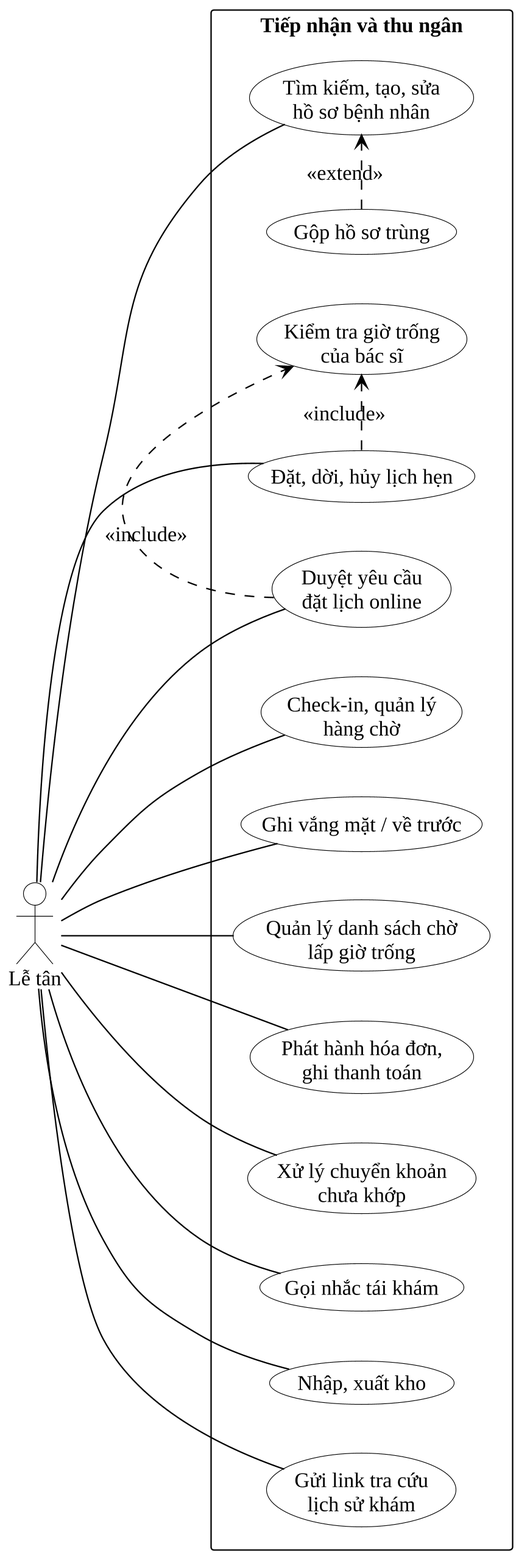
Before: docs/10_Thesis/bao-cao/hinh/2-3-use-case-le-tan.png, a diagram exported from PlantUML (Trantuan0310/dental-clinic-nestjs-react).
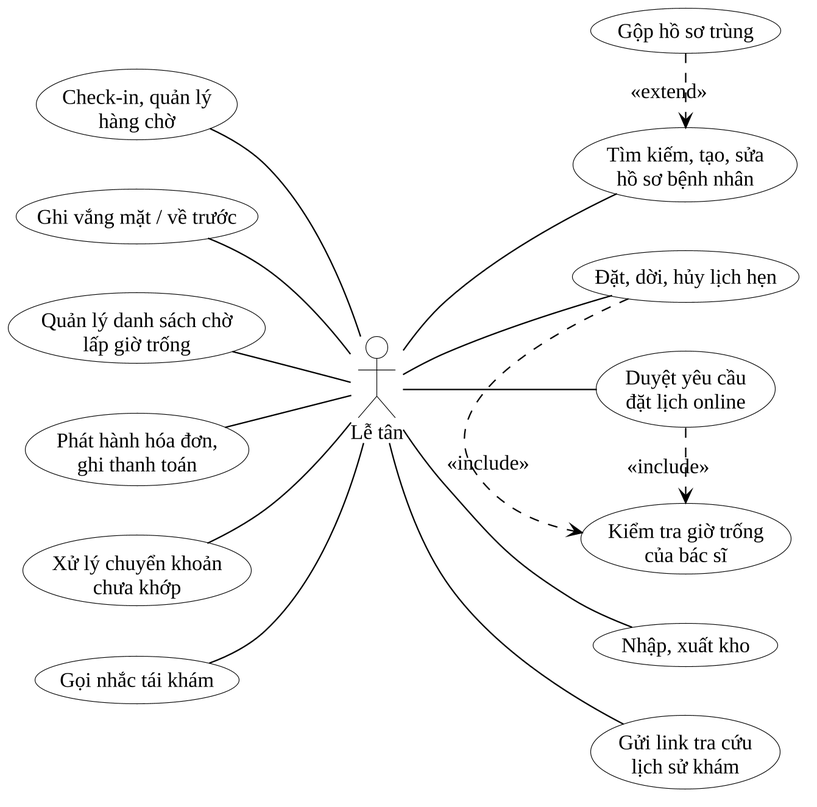
The same diagram one commit later.

Commit message:
docs(báo cáo): hệ đào tạo trên bìa; biểu đồ use case gọn hai bên tác nhân

The edit, as a diff of the source:
```diff
@@ -1,34 +1,32 @@
 @startuml
-!include _kieu.iuml
+!include /home/user/dental-clinic-nestjs-react/docs/10_Thesis/bao-cao/so-do/_kieu.iuml
 left to right direction
 actor "Lễ tân" as LT
-rectangle "Tiếp nhận và thu ngân" {
-  usecase "Tìm kiếm, tạo, sửa\nhồ sơ bệnh nhân" as a
-  usecase "Gộp hồ sơ trùng" as g
-  usecase "Đặt, dời, hủy lịch hẹn" as b
-  usecase "Kiểm tra giờ trống\ncủa bác sĩ" as b2
-  usecase "Duyệt yêu cầu\nđặt lịch online" as c
-  usecase "Check-in, quản lý\nhàng chờ" as d
-  usecase "Ghi vắng mặt / về trước" as e
-  usecase "Quản lý danh sách chờ\nlấp giờ trống" as w
-  usecase "Phát hành hóa đơn,\nghi thanh toán" as f
-  usecase "Xử lý chuyển khoản\nchưa khớp" as h
-  usecase "Gọi nhắc tái khám" as r
-  usecase "Nhập, xuất kho" as k
-  usecase "Gửi link tra cứu\nlịch sử khám" as l
-}
+usecase "Tìm kiếm, tạo, sửa\nhồ sơ bệnh nhân" as a
+usecase "Gộp hồ sơ trùng" as g
+usecase "Đặt, dời, hủy lịch hẹn" as b
+usecase "Kiểm tra giờ trống\ncủa bác sĩ" as b2
+usecase "Duyệt yêu cầu\nđặt lịch online" as c
+usecase "Check-in, quản lý\nhàng chờ" as d
+usecase "Ghi vắng mặt / về trước" as e
+usecase "Quản lý danh sách chờ\nlấp giờ trống" as w
+usecase "Phát hành hóa đơn,\nghi thanh toán" as f
+usecase "Xử lý chuyển khoản\nchưa khớp" as h
+usecase "Gọi nhắc tái khám" as r
+usecase "Nhập, xuất kho" as k
+usecase "Gửi link tra cứu\nlịch sử khám" as l
+g .> a : <<extend>>
+b .> b2 : <<include>>
+c .> b2 : <<include>>
+d -- LT
+e -- LT
+w -- LT
+f -- LT
+h -- LT
+r -- LT
 LT -- a
 LT -- b
 LT -- c
-LT -- d
-LT -- e
-LT -- w
-LT -- f
-LT -- h
-LT -- r
+LT -- l
 LT -- k
-LT -- l
-g .> a : <<extend>>
-b .> b2 : <<include>>
-c .> b2 : <<include>>
 @enduml
```
